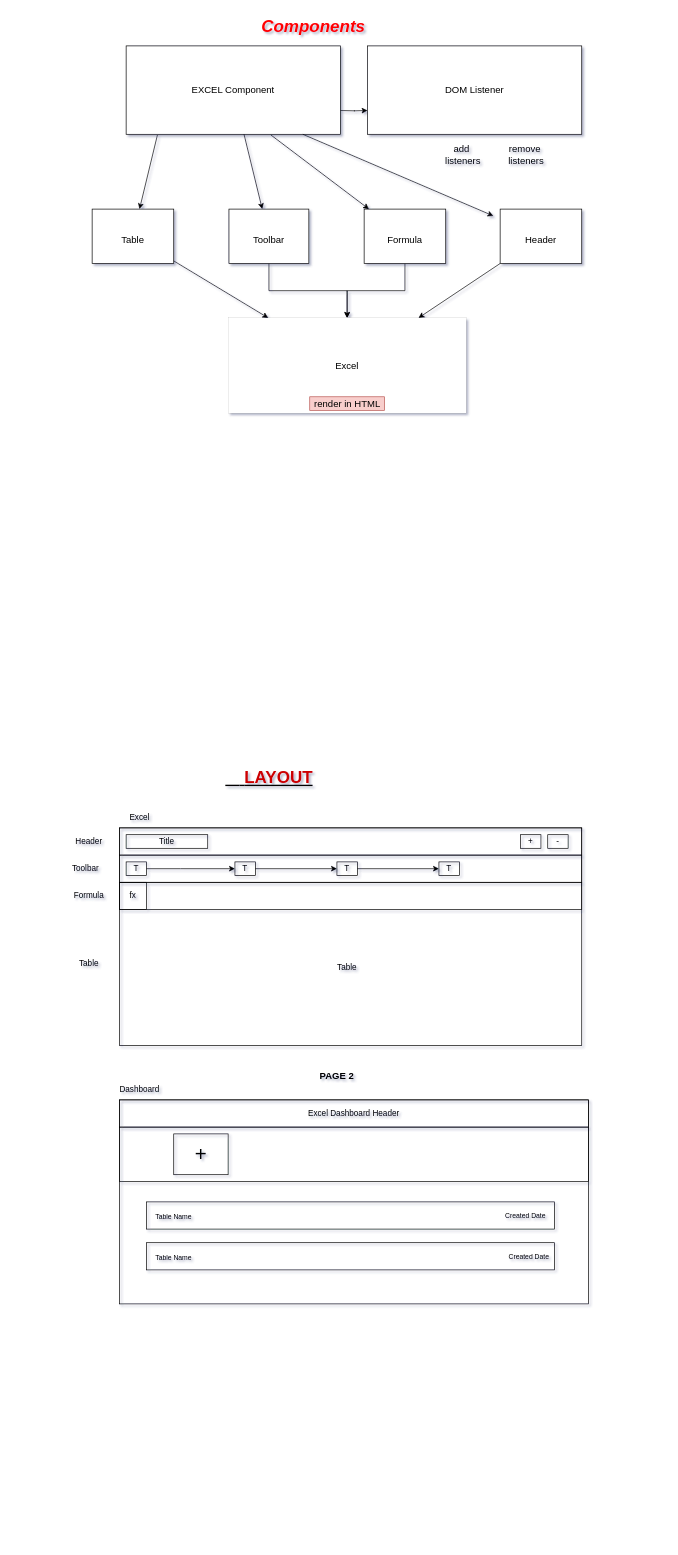
Earlier version of the draw.io diagram excelDiagram.drawio (handreasyan/excel-project). Source tidied: cells renumbered, new cells numbered last; positions are measured from the earlier drawing's top-left corner, leaving out a move shared by most shapes. Both pictures are drawn from the tidied source at 68%, with x=0, y=0 at pixel (68, 12).
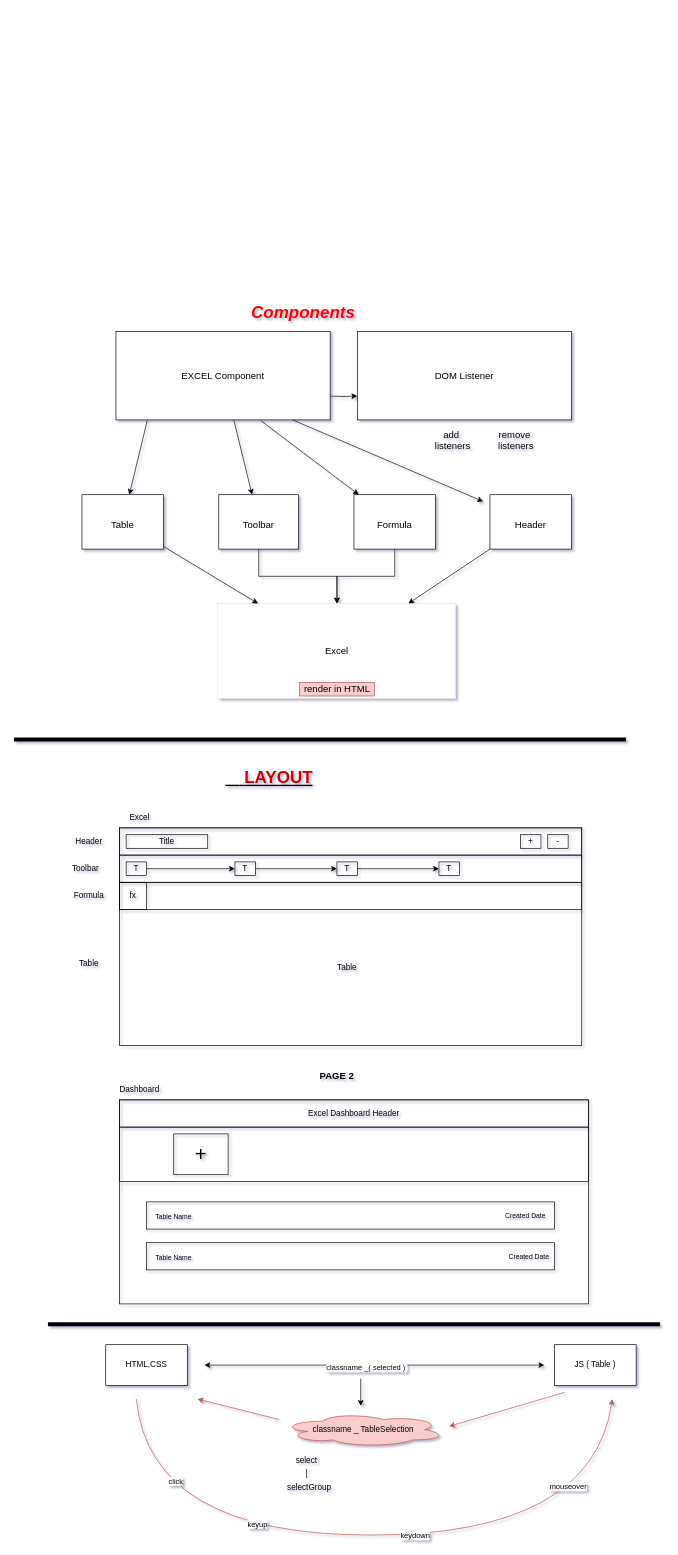
The same diagram, later.

Change to the diagram source:
```diff
@@
     <mxCell id="36" value="&lt;font color=&quot;#ff0000&quot;&gt;&lt;b&gt;&lt;i&gt;Components&lt;/i&gt;&lt;/b&gt;&lt;/font&gt;" style="text;html=1;align=center;verticalAlign=middle;strokeColor=none;fillColor=none;fontSize=25;" parent="1" vertex="1">
-      <mxGeometry x="275" width="170" height="40" as="geometry" />
+      <mxGeometry x="260" y="420" width="170" height="40" as="geometry" />
     </mxCell>
@@
     <mxCell id="38" value="&lt;font color=&quot;#000000&quot; style=&quot;font-size: 14px&quot;&gt;Toolbar&lt;/font&gt;" style="whiteSpace=wrap;html=1;fontSize=25;fontColor=#CC0000;" parent="1" vertex="1">
-      <mxGeometry x="236.2" y="290" width="117.5" height="80" as="geometry" />
+      <mxGeometry x="221.2" y="710" width="117.5" height="80" as="geometry" />
     </mxCell>
     <mxCell id="39" value="&lt;font color=&quot;#000000&quot; style=&quot;font-size: 14px&quot;&gt;Table&lt;/font&gt;" style="whiteSpace=wrap;html=1;fontSize=25;fontColor=#CC0000;" parent="1" vertex="1">
-      <mxGeometry x="35" y="290" width="120" height="80" as="geometry" />
+      <mxGeometry x="20" y="710" width="120" height="80" as="geometry" />
     </mxCell>
     <mxCell id="40" style="edgeStyle=orthogonalEdgeStyle;rounded=0;orthogonalLoop=1;jettySize=auto;html=1;exitX=1;exitY=0.5;exitDx=0;exitDy=0;fontSize=14;fontColor=#000000;" parent="1" edge="1">
       <mxGeometry relative="1" as="geometry">
-        <mxPoint x="400" y="145" as="sourcePoint" />
-        <mxPoint x="440" y="145" as="targetPoint" />
+        <mxPoint x="385" y="565" as="sourcePoint" />
+        <mxPoint x="425" y="565" as="targetPoint" />
       </mxGeometry>
     </mxCell>
     <mxCell id="41" value="add&amp;nbsp;&lt;br&gt;listeners&lt;br&gt;" style="text;html=1;align=center;verticalAlign=middle;strokeColor=none;fillColor=none;fontSize=14;fontColor=#000000;" parent="1" vertex="1">
-      <mxGeometry x="545" y="190" width="70" height="40" as="geometry" />
+      <mxGeometry x="530" y="610" width="70" height="40" as="geometry" />
     </mxCell>
     <mxCell id="42" value="remove&amp;nbsp;&lt;br&gt;listeners" style="text;html=1;align=center;verticalAlign=middle;strokeColor=none;fillColor=none;fontSize=14;fontColor=#000000;" parent="1" vertex="1">
-      <mxGeometry x="637.5" y="190" width="70" height="40" as="geometry" />
+      <mxGeometry x="622.5" y="610" width="70" height="40" as="geometry" />
     </mxCell>
     <mxCell id="43" value="EXCEL Component" style="whiteSpace=wrap;html=1;fontSize=14;fontColor=#000000;" parent="1" vertex="1">
-      <mxGeometry x="85" y="50" width="315" height="130" as="geometry" />
+      <mxGeometry x="70" y="470" width="315" height="130" as="geometry" />
     </mxCell>
     <mxCell id="44" value="DOM Listener" style="whiteSpace=wrap;html=1;fontSize=14;fontColor=#000000;" parent="1" vertex="1">
-      <mxGeometry x="440" y="50" width="315" height="130" as="geometry" />
+      <mxGeometry x="425" y="470" width="315" height="130" as="geometry" />
     </mxCell>
     <mxCell id="45" value="&lt;font color=&quot;#000000&quot; style=&quot;font-size: 14px&quot;&gt;Header&lt;/font&gt;" style="whiteSpace=wrap;html=1;fontSize=25;fontColor=#CC0000;" parent="1" vertex="1">
-      <mxGeometry x="635" y="290" width="120" height="80" as="geometry" />
+      <mxGeometry x="620" y="710" width="120" height="80" as="geometry" />
     </mxCell>
@@
     <mxCell id="47" value="&lt;font color=&quot;#000000&quot; style=&quot;font-size: 14px&quot;&gt;Formula&lt;/font&gt;" style="whiteSpace=wrap;html=1;fontSize=25;fontColor=#CC0000;" parent="1" vertex="1">
-      <mxGeometry x="435" y="290" width="120" height="80" as="geometry" />
+      <mxGeometry x="420" y="710" width="120" height="80" as="geometry" />
     </mxCell>
     <mxCell id="48" style="endArrow=classic;html=1;rounded=0;fontSize=14;fontColor=#000000;exitX=0.825;exitY=1;exitDx=0;exitDy=0;exitPerimeter=0;" parent="1" edge="1" source="43">
       <mxGeometry relative="1" as="geometry">
-        <mxPoint x="625" y="300" as="targetPoint" />
+        <mxPoint x="610" y="720" as="targetPoint" />
       </mxGeometry>
     </mxCell>
@@
     <mxCell id="52" value="Excel" style="rounded=0;whiteSpace=wrap;html=1;fontSize=14;fontColor=#000000;strokeWidth=0;fillColor=default;" parent="1" vertex="1">
-      <mxGeometry x="235" y="450" width="350" height="140" as="geometry" />
+      <mxGeometry x="220" y="870" width="350" height="140" as="geometry" />
     </mxCell>
@@
     <mxCell id="55" value="render in HTML" style="text;html=1;align=center;verticalAlign=middle;strokeColor=#b85450;fillColor=#f8cecc;fontSize=14;" parent="1" vertex="1">
-      <mxGeometry x="355" y="566" width="110" height="20" as="geometry" />
+      <mxGeometry x="340" y="986" width="110" height="20" as="geometry" />
     </mxCell>
+    <mxCell id="56" style="endArrow=none;html=1;strokeWidth=6;" parent="1" edge="1">
+      <mxGeometry relative="1" as="geometry">
+        <mxPoint x="-80" y="1070" as="sourcePoint" />
+        <mxPoint x="820" y="1070" as="targetPoint" />
+      </mxGeometry>
+    </mxCell>
+    <mxCell id="57" value="HTML,CSS" style="rounded=0;whiteSpace=wrap;html=1;" parent="1" vertex="1">
+      <mxGeometry x="55" y="1960" width="120" height="60" as="geometry" />
+    </mxCell>
+    <mxCell id="58" style="endArrow=none;html=1;strokeWidth=6;" parent="1" edge="1">
+      <mxGeometry relative="1" as="geometry">
+        <mxPoint x="-30" y="1930" as="sourcePoint" />
+        <mxPoint x="870" y="1930" as="targetPoint" />
+      </mxGeometry>
+    </mxCell>
+    <mxCell id="59" value="JS ( Table )" style="whiteSpace=wrap;html=1;" parent="1" vertex="1">
+      <mxGeometry x="715" y="1960" width="120" height="60" as="geometry" />
+    </mxCell>
+    <mxCell id="60" style="endArrow=classic;startArrow=classic;html=1;strokeWidth=1;" parent="1" edge="1">
+      <mxGeometry relative="1" as="geometry">
+        <mxPoint x="200" y="1990" as="sourcePoint" />
+        <mxPoint x="700" y="1990" as="targetPoint" />
+      </mxGeometry>
+    </mxCell>
+    <mxCell id="61" value="classname _( selected )&amp;nbsp;" style="edgeLabel;html=1;align=center;verticalAlign=middle;" parent="60" vertex="1">
+      <mxGeometry x="-0.05" y="-3" relative="1" as="geometry" />
+    </mxCell>
+    <mxCell id="62" style="endArrow=classic;html=1;strokeWidth=1;" parent="1" edge="1">
+      <mxGeometry relative="1" as="geometry">
+        <mxPoint x="430" y="2010" as="sourcePoint" />
+        <mxPoint x="430" y="2050" as="targetPoint" />
+      </mxGeometry>
+    </mxCell>
+    <mxCell id="63" value="classname _ TableSelection" style="ellipse;shape=cloud;whiteSpace=wrap;html=1;fillColor=#f8cecc;strokeColor=#b85450;" parent="1" vertex="1">
+      <mxGeometry x="314" y="2060" width="240" height="50" as="geometry" />
+    </mxCell>
+    <mxCell id="64" value="select" style="text;html=1;align=center;verticalAlign=middle;strokeColor=none;" parent="1" vertex="1">
+      <mxGeometry x="325" y="2120" width="50" height="20" as="geometry" />
+    </mxCell>
+    <mxCell id="65" value="selectGroup&lt;br&gt;" style="text;html=1;align=center;verticalAlign=middle;strokeColor=none;" parent="1" vertex="1">
+      <mxGeometry x="314" y="2160" width="80" height="20" as="geometry" />
+    </mxCell>
+    <mxCell id="66" value="|" style="text;html=1;align=center;verticalAlign=middle;strokeColor=none;" parent="1" vertex="1">
+      <mxGeometry x="340" y="2140" width="20" height="20" as="geometry" />
+    </mxCell>
+    <mxCell id="67" style="endArrow=classic;html=1;strokeWidth=1;fillColor=#f8cecc;strokeColor=#b85450;" parent="1" edge="1">
+      <mxGeometry relative="1" as="geometry">
+        <mxPoint x="730" y="2030" as="sourcePoint" />
+        <mxPoint x="560" y="2080" as="targetPoint" />
+      </mxGeometry>
+    </mxCell>
+    <mxCell id="68" style="endArrow=classic;html=1;strokeWidth=1;fillColor=#f8cecc;strokeColor=#b85450;" parent="1" edge="1">
+      <mxGeometry relative="1" as="geometry">
+        <mxPoint x="310" y="2070" as="sourcePoint" />
+        <mxPoint x="190" y="2040" as="targetPoint" />
+      </mxGeometry>
+    </mxCell>
+    <mxCell id="69" style="curved=1;endArrow=classic;html=1;strokeWidth=1;fillColor=#f8cecc;strokeColor=#b85450;" parent="1" edge="1">
+      <mxGeometry relative="1" as="geometry">
+        <mxPoint x="100" y="2040" as="sourcePoint" />
+        <mxPoint x="800" y="2040" as="targetPoint" />
+        <Array as="points">
+          <mxPoint x="120" y="2240" />
+          <mxPoint x="770" y="2240" />
+        </Array>
+      </mxGeometry>
+    </mxCell>
+    <mxCell id="70" value="click" style="edgeLabel;html=1;align=center;verticalAlign=middle;" parent="69" vertex="1">
+      <mxGeometry x="-0.76" y="45" relative="1" as="geometry" />
+    </mxCell>
+    <mxCell id="71" value="keyup" style="edgeLabel;html=1;align=center;verticalAlign=middle;" parent="69" vertex="1">
+      <mxGeometry x="-0.32" y="17" relative="1" as="geometry" />
+    </mxCell>
+    <mxCell id="72" value="keydown" style="edgeLabel;html=1;align=center;verticalAlign=middle;" parent="69" vertex="1">
+      <mxGeometry x="0.12" relative="1" as="geometry" />
+    </mxCell>
+    <mxCell id="73" value="mouseover" style="edgeLabel;html=1;align=center;verticalAlign=middle;" parent="69" vertex="1">
+      <mxGeometry x="0.74" y="46" relative="1" as="geometry" />
+    </mxCell>
```
